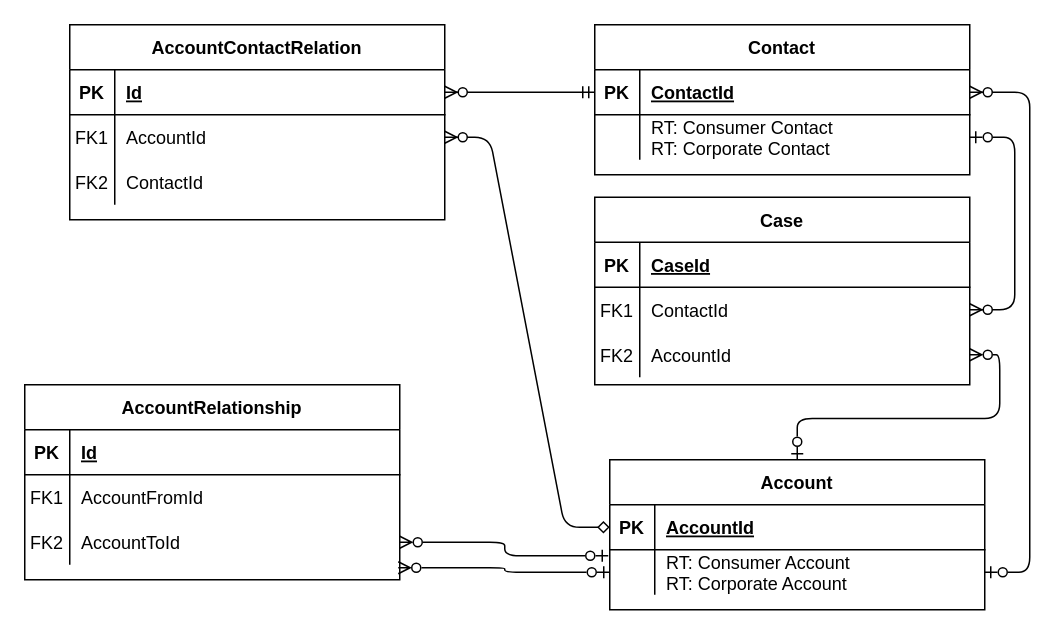
This is page "Customer-Party-Location" (2 of 3) of sales_service_datamodels.drawio from sivanandjothy/arkangel, a draw.io file, before an edit. Source tidied: cells renumbered, new cells numbered last; positions are measured from the earlier drawing's top-left corner, leaving out a move shared by most shapes. Both pictures are drawn from the tidied source at 150%, with x=0, y=0 at pixel (24, 24).
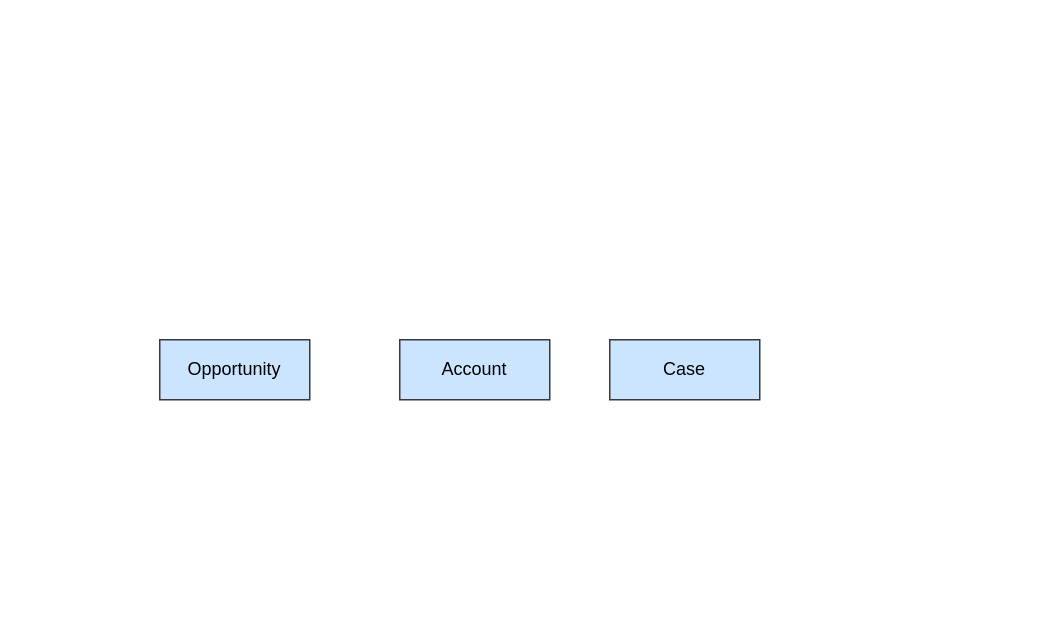
The same diagram, later.

What changed in the source:
```diff
@@
-    <mxCell id="2" style="edgeStyle=entityRelationEdgeStyle;endArrow=ERzeroToMany;startArrow=diamond;endFill=1;startFill=0;exitX=0;exitY=0.5;exitDx=0;exitDy=0;" parent="1" edge="1" source="5" target="15">
-      <mxGeometry relative="1" as="geometry" />
-    </mxCell>
-    <mxCell id="3" style="edgeStyle=orthogonalEdgeStyle;rounded=1;jumpStyle=arc;jettySize=auto;html=1;strokeColor=default;endArrow=ERzeroToMany;endFill=0;startArrow=ERzeroToOne;startFill=0;" parent="1" edge="1" source="4" target="36">
-      <mxGeometry relative="1" as="geometry" />
-    </mxCell>
+    <mxCell id="53" value="Opportunity" style="whiteSpace=wrap;html=1;align=center;fillColor=#cce5ff;strokeColor=#36393d;" parent="1" vertex="1">
+      <mxGeometry x="90" y="210" width="100" height="40" as="geometry" />
+    </mxCell>
-    <mxCell id="4" value="Account" style="shape=table;startSize=30;childLayout=tableLayout;rowLines=0;fontStyle=1;align=center;" parent="1" vertex="1">
-      <mxGeometry x="390" y="290" width="250" height="100" as="geometry" />
+    <mxCell id="4" value="Account" style="whiteSpace=wrap;html=1;align=center;fillColor=#cce5ff;strokeColor=#36393d;" parent="1" vertex="1">
+      <mxGeometry x="250" y="210" width="100" height="40" as="geometry" />
     </mxCell>
-    <mxCell id="5" style="shape=partialRectangle;fillColor=none;points=[[0,0.5],[1,0.5]];portConstraint=eastwest;top=0;left=0;right=0;bottom=1;" parent="4" vertex="1">
-      <mxGeometry y="30" width="250" height="30" as="geometry" />
-    </mxCell>
-    <mxCell id="6" value="PK" style="shape=partialRectangle;overflow=hidden;fillColor=none;top=0;left=0;bottom=0;right=0;fontStyle=1;" parent="5" vertex="1">
-      <mxGeometry width="30" height="30" as="geometry" />
-    </mxCell>
-    <mxCell id="7" value="AccountId" style="shape=partialRectangle;overflow=hidden;fillColor=none;top=0;left=0;bottom=0;right=0;align=left;spacingLeft=6;fontStyle=5;" parent="5" vertex="1">
-      <mxGeometry x="30" width="220" height="30" as="geometry" />
-    </mxCell>
-    <mxCell id="8" style="shape=partialRectangle;fillColor=none;points=[[0,0.5],[1,0.5]];portConstraint=eastwest;top=0;left=0;right=0;bottom=0;" parent="4" vertex="1">
-      <mxGeometry y="60" width="250" height="30" as="geometry" />
-    </mxCell>
-    <mxCell id="9" style="shape=partialRectangle;overflow=hidden;fillColor=none;top=0;left=0;bottom=0;right=0;" parent="8" vertex="1">
-      <mxGeometry width="30" height="30" as="geometry" />
-    </mxCell>
-    <mxCell id="10" value="RT: Consumer Account&#10;RT: Corporate Account" style="shape=partialRectangle;overflow=hidden;fillColor=none;top=0;left=0;bottom=0;right=0;align=left;spacingLeft=6;" parent="8" vertex="1">
-      <mxGeometry x="30" width="220" height="30" as="geometry" />
-    </mxCell>
-    <mxCell id="11" value="AccountContactRelation" style="shape=table;startSize=30;childLayout=tableLayout;rowLines=0;fontStyle=1;align=center;" parent="1" vertex="1">
-      <mxGeometry x="30" width="250" height="130" as="geometry" />
-    </mxCell>
-    <mxCell id="12" style="shape=partialRectangle;fillColor=none;points=[[0,0.5],[1,0.5]];portConstraint=eastwest;top=0;left=0;right=0;bottom=1;" parent="11" vertex="1">
-      <mxGeometry y="30" width="250" height="30" as="geometry" />
-    </mxCell>
-    <mxCell id="13" value="PK" style="shape=partialRectangle;overflow=hidden;fillColor=none;top=0;left=0;bottom=0;right=0;fontStyle=1;" parent="12" vertex="1">
-      <mxGeometry width="30" height="30" as="geometry" />
-    </mxCell>
-    <mxCell id="14" value="Id" style="shape=partialRectangle;overflow=hidden;fillColor=none;top=0;left=0;bottom=0;right=0;align=left;spacingLeft=6;fontStyle=5;" parent="12" vertex="1">
-      <mxGeometry x="30" width="220" height="30" as="geometry" />
-    </mxCell>
-    <mxCell id="15" style="shape=partialRectangle;fillColor=none;points=[[0,0.5],[1,0.5]];portConstraint=eastwest;top=0;left=0;right=0;bottom=0;" parent="11" vertex="1">
-      <mxGeometry y="60" width="250" height="30" as="geometry" />
-    </mxCell>
-    <mxCell id="16" value="FK1" style="shape=partialRectangle;overflow=hidden;fillColor=none;top=0;left=0;bottom=0;right=0;" parent="15" vertex="1">
-      <mxGeometry width="30" height="30" as="geometry" />
-    </mxCell>
-    <mxCell id="17" value="AccountId" style="shape=partialRectangle;overflow=hidden;fillColor=none;top=0;left=0;bottom=0;right=0;align=left;spacingLeft=6;" parent="15" vertex="1">
-      <mxGeometry x="30" width="220" height="30" as="geometry" />
-    </mxCell>
-    <mxCell id="18" style="shape=partialRectangle;fillColor=none;top=0;left=0;right=0;bottom=0;" parent="11" vertex="1">
-      <mxGeometry y="90" width="250" height="30" as="geometry" />
-    </mxCell>
-    <mxCell id="19" value="FK2" style="shape=partialRectangle;overflow=hidden;fillColor=none;top=0;left=0;bottom=0;right=0;" parent="18" vertex="1">
-      <mxGeometry width="30" height="30" as="geometry" />
-    </mxCell>
-    <mxCell id="20" value="ContactId" style="shape=partialRectangle;overflow=hidden;fillColor=none;top=0;left=0;bottom=0;right=0;align=left;spacingLeft=6;" parent="18" vertex="1">
-      <mxGeometry x="30" width="220" height="30" as="geometry" />
-    </mxCell>
-    <mxCell id="21" value="Contact" style="shape=table;startSize=30;childLayout=tableLayout;rowLines=0;fontStyle=1;align=center;" parent="1" vertex="1">
-      <mxGeometry x="380" width="250" height="100" as="geometry" />
-    </mxCell>
-    <mxCell id="22" style="shape=partialRectangle;fillColor=none;points=[[0,0.5],[1,0.5]];portConstraint=eastwest;top=0;left=0;right=0;bottom=1;" parent="21" vertex="1">
-      <mxGeometry y="30" width="250" height="30" as="geometry" />
-    </mxCell>
-    <mxCell id="23" value="PK" style="shape=partialRectangle;overflow=hidden;fillColor=none;top=0;left=0;bottom=0;right=0;fontStyle=1;" parent="22" vertex="1">
-      <mxGeometry width="30" height="30" as="geometry" />
-    </mxCell>
-    <mxCell id="24" value="ContactId" style="shape=partialRectangle;overflow=hidden;fillColor=none;top=0;left=0;bottom=0;right=0;align=left;spacingLeft=6;fontStyle=5;" parent="22" vertex="1">
-      <mxGeometry x="30" width="220" height="30" as="geometry" />
-    </mxCell>
-    <mxCell id="25" style="shape=partialRectangle;fillColor=none;points=[[0,0.5],[1,0.5]];portConstraint=eastwest;top=0;left=0;right=0;bottom=0;" parent="21" vertex="1">
-      <mxGeometry y="60" width="250" height="30" as="geometry" />
-    </mxCell>
-    <mxCell id="26" style="shape=partialRectangle;overflow=hidden;fillColor=none;top=0;left=0;bottom=0;right=0;" parent="25" vertex="1">
-      <mxGeometry width="30" height="30" as="geometry" />
-    </mxCell>
-    <mxCell id="27" value="RT: Consumer Contact&#10;RT: Corporate Contact" style="shape=partialRectangle;overflow=hidden;fillColor=none;top=0;left=0;bottom=0;right=0;align=left;spacingLeft=6;" parent="25" vertex="1">
-      <mxGeometry x="30" width="220" height="30" as="geometry" />
-    </mxCell>
-    <mxCell id="28" style="edgeStyle=entityRelationEdgeStyle;endArrow=ERzeroToMany;startArrow=ERmandOne;endFill=1;startFill=0;entryX=1;entryY=0.5;entryDx=0;entryDy=0;exitX=0;exitY=0.5;exitDx=0;exitDy=0;" parent="1" edge="1" source="22" target="12">
-      <mxGeometry relative="1" as="geometry" />
-    </mxCell>
-    <mxCell id="29" value="Case" style="shape=table;startSize=30;childLayout=tableLayout;rowLines=0;fontStyle=1;align=center;" parent="1" vertex="1">
-      <mxGeometry x="380" y="115" width="250" height="125" as="geometry" />
+    <mxCell id="29" value="Case" style="whiteSpace=wrap;html=1;align=center;fillColor=#cce5ff;strokeColor=#36393d;" parent="1" vertex="1">
+      <mxGeometry x="390" y="210" width="100" height="40" as="geometry" />
     </mxCell>
-    <mxCell id="30" style="shape=partialRectangle;fillColor=none;top=0;left=0;right=0;bottom=1;" parent="29" vertex="1">
-      <mxGeometry y="30" width="250" height="30" as="geometry" />
-    </mxCell>
-    <mxCell id="31" value="PK" style="shape=partialRectangle;overflow=hidden;fillColor=none;top=0;left=0;bottom=0;right=0;fontStyle=1;" parent="30" vertex="1">
-      <mxGeometry width="30" height="30" as="geometry" />
-    </mxCell>
-    <mxCell id="32" value="CaseId" style="shape=partialRectangle;overflow=hidden;fillColor=none;top=0;left=0;bottom=0;right=0;align=left;spacingLeft=6;fontStyle=5;" parent="30" vertex="1">
-      <mxGeometry x="30" width="220" height="30" as="geometry" />
-    </mxCell>
-    <mxCell id="33" style="shape=partialRectangle;fillColor=none;points=[[0,0.5],[1,0.5]];portConstraint=eastwest;top=0;left=0;right=0;bottom=0;" parent="29" vertex="1">
-      <mxGeometry y="60" width="250" height="30" as="geometry" />
-    </mxCell>
-    <mxCell id="34" value="FK1" style="shape=partialRectangle;overflow=hidden;fillColor=none;top=0;left=0;bottom=0;right=0;" parent="33" vertex="1">
-      <mxGeometry width="30" height="30" as="geometry" />
-    </mxCell>
-    <mxCell id="35" value="ContactId" style="shape=partialRectangle;overflow=hidden;fillColor=none;top=0;left=0;bottom=0;right=0;align=left;spacingLeft=6;" parent="33" vertex="1">
-      <mxGeometry x="30" width="220" height="30" as="geometry" />
-    </mxCell>
-    <mxCell id="36" style="shape=partialRectangle;fillColor=none;points=[[0,0.5],[1,0.5]];portConstraint=eastwest;top=0;left=0;right=0;bottom=0;" parent="29" vertex="1">
-      <mxGeometry y="90" width="250" height="30" as="geometry" />
-    </mxCell>
-    <mxCell id="37" value="FK2" style="shape=partialRectangle;overflow=hidden;fillColor=none;top=0;left=0;bottom=0;right=0;" parent="36" vertex="1">
-      <mxGeometry width="30" height="30" as="geometry" />
-    </mxCell>
-    <mxCell id="38" value="AccountId" style="shape=partialRectangle;overflow=hidden;fillColor=none;top=0;left=0;bottom=0;right=0;align=left;spacingLeft=6;" parent="36" vertex="1">
-      <mxGeometry x="30" width="220" height="30" as="geometry" />
-    </mxCell>
-    <mxCell id="39" style="edgeStyle=entityRelationEdgeStyle;endArrow=ERzeroToMany;startArrow=ERzeroToOne;endFill=1;startFill=0;" parent="1" edge="1" target="22">
-      <mxGeometry relative="1" as="geometry">
-        <mxPoint x="640" y="365" as="sourcePoint" />
-      </mxGeometry>
-    </mxCell>
-    <mxCell id="40" value="AccountRelationship" style="shape=table;startSize=30;childLayout=tableLayout;rowLines=0;fontStyle=1;align=center;" parent="1" vertex="1">
-      <mxGeometry y="240" width="250" height="130" as="geometry" />
-    </mxCell>
-    <mxCell id="41" style="shape=partialRectangle;fillColor=none;top=0;left=0;right=0;bottom=1;" parent="40" vertex="1">
-      <mxGeometry y="30" width="250" height="30" as="geometry" />
-    </mxCell>
-    <mxCell id="42" value="PK" style="shape=partialRectangle;overflow=hidden;fillColor=none;top=0;left=0;bottom=0;right=0;fontStyle=1;" parent="41" vertex="1">
-      <mxGeometry width="30" height="30" as="geometry" />
-    </mxCell>
-    <mxCell id="43" value="Id" style="shape=partialRectangle;overflow=hidden;fillColor=none;top=0;left=0;bottom=0;right=0;align=left;spacingLeft=6;fontStyle=5;" parent="41" vertex="1">
-      <mxGeometry x="30" width="220" height="30" as="geometry" />
-    </mxCell>
-    <mxCell id="44" style="shape=partialRectangle;fillColor=none;top=0;left=0;right=0;bottom=0;" parent="40" vertex="1">
-      <mxGeometry y="60" width="250" height="30" as="geometry" />
-    </mxCell>
-    <mxCell id="45" value="FK1" style="shape=partialRectangle;overflow=hidden;fillColor=none;top=0;left=0;bottom=0;right=0;" parent="44" vertex="1">
-      <mxGeometry width="30" height="30" as="geometry" />
-    </mxCell>
-    <mxCell id="46" value="AccountFromId" style="shape=partialRectangle;overflow=hidden;fillColor=none;top=0;left=0;bottom=0;right=0;align=left;spacingLeft=6;" parent="44" vertex="1">
-      <mxGeometry x="30" width="220" height="30" as="geometry" />
-    </mxCell>
-    <mxCell id="47" style="shape=partialRectangle;fillColor=none;points=[[0,0.5],[1,0.5]];portConstraint=eastwest;top=0;left=0;right=0;bottom=0;" parent="40" vertex="1">
-      <mxGeometry y="90" width="250" height="30" as="geometry" />
-    </mxCell>
-    <mxCell id="48" value="FK2" style="shape=partialRectangle;overflow=hidden;fillColor=none;top=0;left=0;bottom=0;right=0;" parent="47" vertex="1">
-      <mxGeometry width="30" height="30" as="geometry" />
-    </mxCell>
-    <mxCell id="49" value="AccountToId" style="shape=partialRectangle;overflow=hidden;fillColor=none;top=0;left=0;bottom=0;right=0;align=left;spacingLeft=6;" parent="47" vertex="1">
-      <mxGeometry x="30" width="220" height="30" as="geometry" />
-    </mxCell>
-    <mxCell id="50" style="edgeStyle=entityRelationEdgeStyle;endArrow=ERzeroToMany;startArrow=ERzeroToOne;endFill=1;startFill=0;rounded=1;strokeColor=default;entryX=1;entryY=0.5;entryDx=0;entryDy=0;jumpStyle=arc;" parent="1" edge="1" source="25" target="33">
-      <mxGeometry relative="1" as="geometry" />
-    </mxCell>
-    <mxCell id="51" style="edgeStyle=orthogonalEdgeStyle;rounded=1;jumpStyle=arc;jettySize=auto;html=1;strokeColor=default;startArrow=ERzeroToOne;startFill=0;endArrow=ERzeroToMany;endFill=0;exitX=-0.004;exitY=0.133;exitDx=0;exitDy=0;exitPerimeter=0;" parent="1" edge="1" source="8" target="47">
-      <mxGeometry relative="1" as="geometry" />
-    </mxCell>
-    <mxCell id="52" style="edgeStyle=orthogonalEdgeStyle;rounded=1;jumpStyle=arc;jettySize=auto;html=1;strokeColor=default;startArrow=ERzeroToOne;startFill=0;endArrow=ERzeroToMany;endFill=0;entryX=0.996;entryY=1.067;entryDx=0;entryDy=0;entryPerimeter=0;exitX=0;exitY=0.5;exitDx=0;exitDy=0;" parent="1" edge="1" source="8" target="47">
-      <mxGeometry relative="1" as="geometry" />
-    </mxCell>
```
